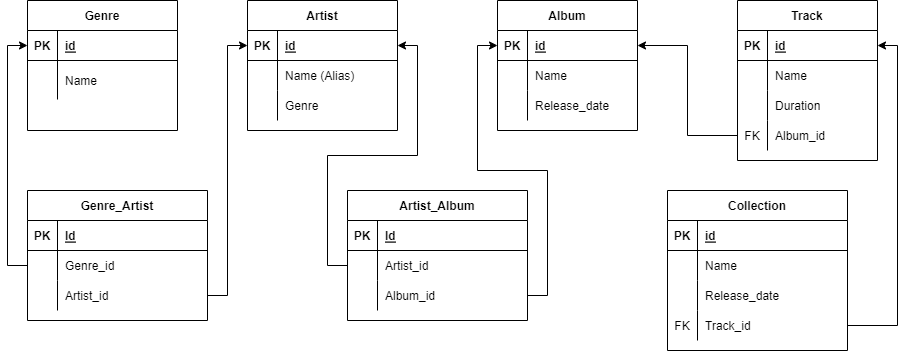
Earlier version of the draw.io export HW_lesson_2.drawio.png (AleksErmakov/HW_SQL_lesson_2). Source tidied: cells renumbered, new cells last; positions are measured from the earlier drawing's top-left corner, leaving out a move shared by most shapes.
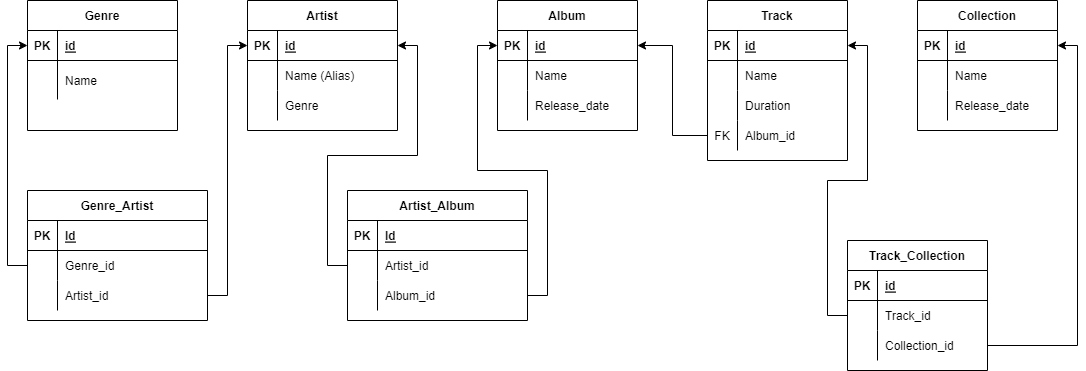
Later version of the same file.

The edit, as a diff of the source:
```diff
@@ -84,7 +84,7 @@
       <mxGeometry x="30" width="110" height="30" as="geometry" />
     </mxCell>
     <mxCell id="29" value="Track" style="shape=table;startSize=30;rowLines=0;fontStyle=1;align=center;" parent="1" vertex="1">
-      <mxGeometry x="710" width="140" height="160" as="geometry" />
+      <mxGeometry x="680" width="140" height="160" as="geometry" />
     </mxCell>
     <mxCell id="30" style="shape=tableRow;horizontal=0;startSize=0;swimlaneHead=0;swimlaneBody=0;fillColor=none;points=[[0,0.5],[1,0.5]];portConstraint=eastwest;top=0;left=0;right=0;bottom=1;" parent="29" vertex="1">
       <mxGeometry y="30" width="140" height="30" as="geometry" />
@@ -126,44 +126,35 @@
       <mxGeometry relative="1" as="geometry" />
     </mxCell>
     <mxCell id="43" value="Collection" style="shape=table;startSize=30;rowLines=0;fontStyle=1;align=center;" parent="1" vertex="1">
-      <mxGeometry x="640" y="190" width="180" height="160" as="geometry" />
+      <mxGeometry x="890" width="140" height="130" as="geometry" />
     </mxCell>
     <mxCell id="44" style="shape=tableRow;horizontal=0;startSize=0;swimlaneHead=0;swimlaneBody=0;fillColor=none;points=[[0,0.5],[1,0.5]];portConstraint=eastwest;top=0;left=0;right=0;bottom=1;" parent="43" vertex="1">
-      <mxGeometry y="30" width="180" height="30" as="geometry" />
+      <mxGeometry y="30" width="140" height="30" as="geometry" />
     </mxCell>
     <mxCell id="45" value="PK" style="shape=partialRectangle;fillColor=none;top=0;left=0;bottom=0;right=0;fontStyle=1;overflow=hidden;" parent="44" vertex="1">
       <mxGeometry width="30" height="30" as="geometry" />
     </mxCell>
     <mxCell id="46" value="id" style="shape=partialRectangle;fillColor=none;top=0;left=0;bottom=0;right=0;align=left;spacingLeft=6;fontStyle=5;overflow=hidden;" parent="44" vertex="1">
-      <mxGeometry x="30" width="150" height="30" as="geometry" />
+      <mxGeometry x="30" width="110" height="30" as="geometry" />
     </mxCell>
     <mxCell id="47" style="shape=tableRow;horizontal=0;startSize=0;swimlaneHead=0;swimlaneBody=0;fillColor=none;top=0;left=0;right=0;bottom=0;" parent="43" vertex="1">
-      <mxGeometry y="60" width="180" height="30" as="geometry" />
+      <mxGeometry y="60" width="140" height="30" as="geometry" />
     </mxCell>
     <mxCell id="48" style="shape=partialRectangle;fillColor=none;top=0;left=0;bottom=0;right=0;overflow=hidden;" parent="47" vertex="1">
       <mxGeometry width="30" height="30" as="geometry" />
     </mxCell>
     <mxCell id="49" value="Name" style="shape=partialRectangle;fillColor=none;top=0;left=0;bottom=0;right=0;align=left;spacingLeft=6;overflow=hidden;" parent="47" vertex="1">
-      <mxGeometry x="30" width="150" height="30" as="geometry" />
+      <mxGeometry x="30" width="110" height="30" as="geometry" />
     </mxCell>
     <mxCell id="50" style="shape=tableRow;horizontal=0;startSize=0;swimlaneHead=0;swimlaneBody=0;fillColor=none;top=0;left=0;right=0;bottom=0;" parent="43" vertex="1">
-      <mxGeometry y="90" width="180" height="30" as="geometry" />
+      <mxGeometry y="90" width="140" height="30" as="geometry" />
     </mxCell>
     <mxCell id="51" style="shape=partialRectangle;fillColor=none;top=0;left=0;bottom=0;right=0;overflow=hidden;" parent="50" vertex="1">
       <mxGeometry width="30" height="30" as="geometry" />
     </mxCell>
     <mxCell id="52" value="Release_date" style="shape=partialRectangle;fillColor=none;top=0;left=0;bottom=0;right=0;align=left;spacingLeft=6;overflow=hidden;" parent="50" vertex="1">
-      <mxGeometry x="30" width="150" height="30" as="geometry" />
+      <mxGeometry x="30" width="110" height="30" as="geometry" />
     </mxCell>
-    <mxCell id="53" style="shape=tableRow;horizontal=0;startSize=0;swimlaneHead=0;swimlaneBody=0;fillColor=none;points=[[0,0.5],[1,0.5]];portConstraint=eastwest;top=0;left=0;right=0;bottom=0;" parent="43" vertex="1">
-      <mxGeometry y="120" width="180" height="30" as="geometry" />
-    </mxCell>
-    <mxCell id="54" value="FK" style="shape=partialRectangle;fillColor=none;top=0;left=0;bottom=0;right=0;overflow=hidden;" parent="53" vertex="1">
-      <mxGeometry width="30" height="30" as="geometry" />
-    </mxCell>
-    <mxCell id="55" value="Track_id" style="shape=partialRectangle;fillColor=none;top=0;left=0;bottom=0;right=0;align=left;spacingLeft=6;overflow=hidden;" parent="53" vertex="1">
-      <mxGeometry x="30" width="150" height="30" as="geometry" />
-    </mxCell>
     <mxCell id="56" value="Genre_Artist" style="shape=table;startSize=30;rowLines=0;fontStyle=1;align=center;" parent="1" vertex="1">
       <mxGeometry y="190" width="180" height="130" as="geometry" />
     </mxCell>
@@ -236,8 +227,41 @@
     <mxCell id="79" style="edgeStyle=orthogonalEdgeStyle;rounded=0;jettySize=auto;html=1;exitX=1;exitY=0.5;exitDx=0;exitDy=0;entryX=0;entryY=0.5;entryDx=0;entryDy=0;" parent="1" edge="1" source="75" target="20">
       <mxGeometry relative="1" as="geometry" />
     </mxCell>
-    <mxCell id="80" style="edgeStyle=orthogonalEdgeStyle;rounded=0;jettySize=auto;html=1;exitX=1;exitY=0.5;exitDx=0;exitDy=0;entryX=1;entryY=0.5;entryDx=0;entryDy=0;" parent="1" edge="1" source="53" target="30">
-      <mxGeometry relative="1" as="geometry" />
-    </mxCell>
+    <mxCell id="81" value="Track_Collection" style="shape=table;startSize=30;rowLines=0;fontStyle=1;align=center;" parent="1" vertex="1">
+      <mxGeometry x="820" y="240" width="140" height="130" as="geometry" />
+    </mxCell>
+    <mxCell id="82" style="shape=tableRow;horizontal=0;startSize=0;swimlaneHead=0;swimlaneBody=0;fillColor=none;top=0;left=0;right=0;bottom=1;" parent="81" vertex="1">
+      <mxGeometry y="30" width="140" height="30" as="geometry" />
+    </mxCell>
+    <mxCell id="83" value="PK" style="shape=partialRectangle;fillColor=none;top=0;left=0;bottom=0;right=0;fontStyle=1;overflow=hidden;" parent="82" vertex="1">
+      <mxGeometry width="30" height="30" as="geometry" />
+    </mxCell>
+    <mxCell id="84" value="id" style="shape=partialRectangle;fillColor=none;top=0;left=0;bottom=0;right=0;align=left;spacingLeft=6;fontStyle=5;overflow=hidden;" parent="82" vertex="1">
+      <mxGeometry x="30" width="110" height="30" as="geometry" />
+    </mxCell>
+    <mxCell id="85" style="shape=tableRow;horizontal=0;startSize=0;swimlaneHead=0;swimlaneBody=0;fillColor=none;points=[[0,0.5],[1,0.5]];portConstraint=eastwest;top=0;left=0;right=0;bottom=0;" parent="81" vertex="1">
+      <mxGeometry y="60" width="140" height="30" as="geometry" />
+    </mxCell>
+    <mxCell id="86" style="shape=partialRectangle;fillColor=none;top=0;left=0;bottom=0;right=0;overflow=hidden;" parent="85" vertex="1">
+      <mxGeometry width="30" height="30" as="geometry" />
+    </mxCell>
+    <mxCell id="55" value="Track_id" style="shape=partialRectangle;fillColor=none;top=0;left=0;bottom=0;right=0;align=left;spacingLeft=6;overflow=hidden;" parent="85" vertex="1">
+      <mxGeometry x="30" width="110" height="30" as="geometry" />
+    </mxCell>
+    <mxCell id="87" style="shape=tableRow;horizontal=0;startSize=0;swimlaneHead=0;swimlaneBody=0;fillColor=none;points=[[0,0.5],[1,0.5]];portConstraint=eastwest;top=0;left=0;right=0;bottom=0;" parent="81" vertex="1">
+      <mxGeometry y="90" width="140" height="30" as="geometry" />
+    </mxCell>
+    <mxCell id="88" style="shape=partialRectangle;fillColor=none;top=0;left=0;bottom=0;right=0;overflow=hidden;" parent="87" vertex="1">
+      <mxGeometry width="30" height="30" as="geometry" />
+    </mxCell>
+    <mxCell id="89" value="Collection_id" style="shape=partialRectangle;fillColor=none;top=0;left=0;bottom=0;right=0;align=left;spacingLeft=6;overflow=hidden;" parent="87" vertex="1">
+      <mxGeometry x="30" width="110" height="30" as="geometry" />
+    </mxCell>
+    <mxCell id="90" style="edgeStyle=orthogonalEdgeStyle;rounded=0;jettySize=auto;html=1;exitX=0;exitY=0.5;exitDx=0;exitDy=0;entryX=1;entryY=0.5;entryDx=0;entryDy=0;" parent="1" edge="1" source="85" target="30">
+      <mxGeometry relative="1" as="geometry" />
+    </mxCell>
+    <mxCell id="91" style="edgeStyle=orthogonalEdgeStyle;rounded=0;jettySize=auto;html=1;exitX=1;exitY=0.5;exitDx=0;exitDy=0;entryX=1;entryY=0.5;entryDx=0;entryDy=0;" parent="1" edge="1" source="87" target="44">
+      <mxGeometry relative="1" as="geometry" />
+    </mxCell>
   </root>
 </mxGraphModel>
```
